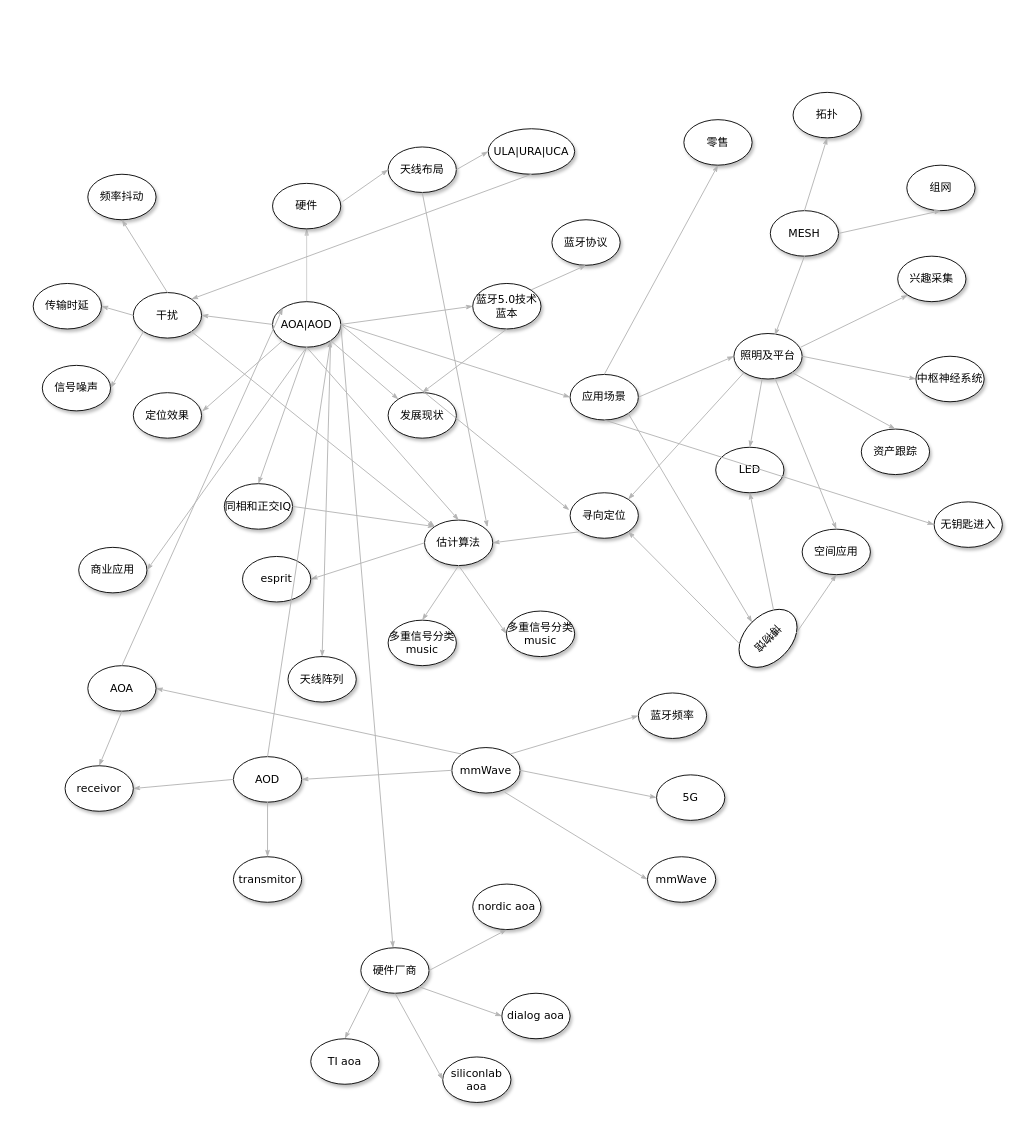
Before: AOA-AOD.drawio in Joiner12/Notes, a draw.io diagram. Source tidied: cells renumbered, new cells numbered last; positions are measured from the earlier drawing's top-left corner, leaving out a move shared by most shapes. Both pictures are drawn from the tidied source at 91%, with x=0, y=0 at pixel (33, 92).
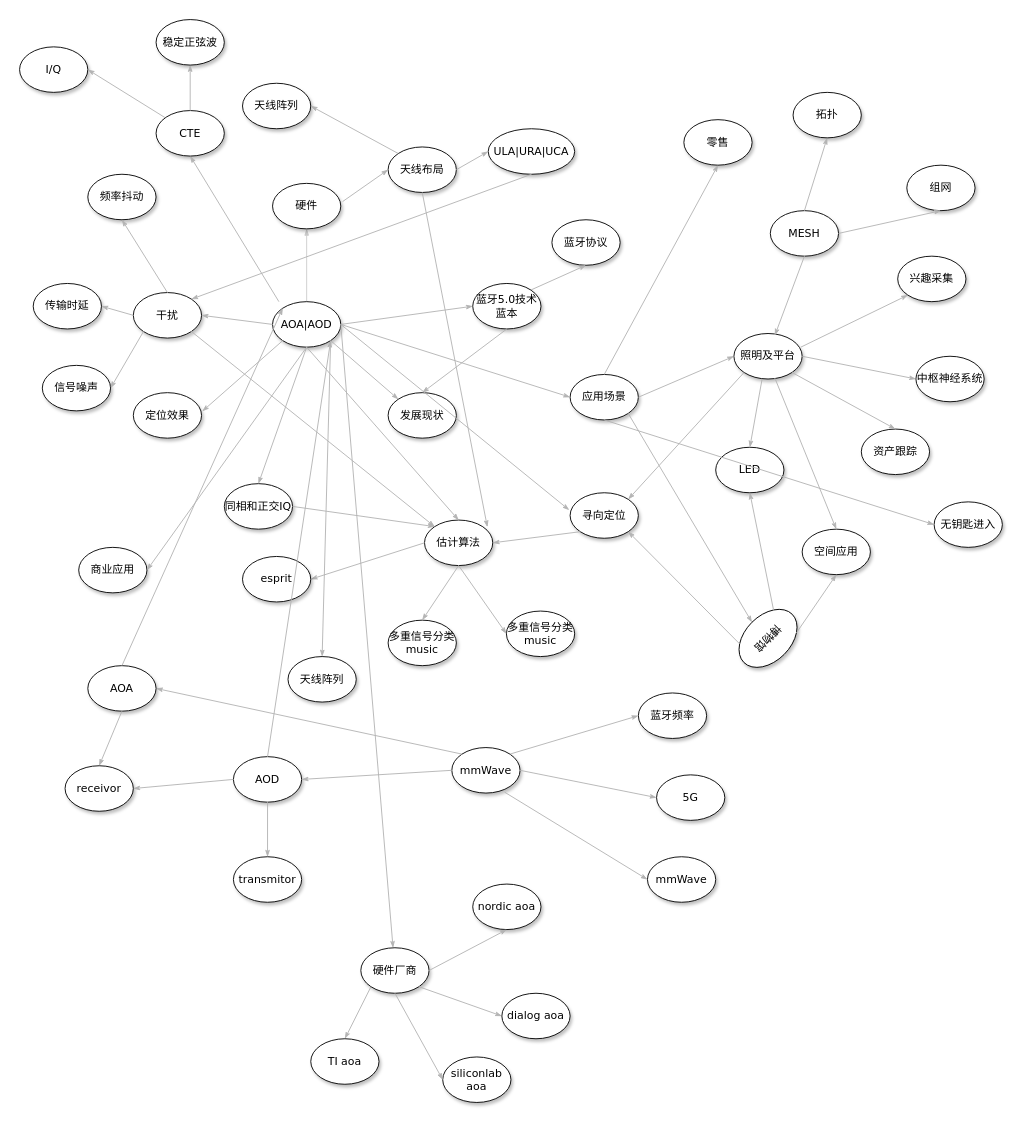
The same page after the edit.

Unchanged cells that the change refers to:
```xml
<mxCell id="3" value="AOA|AOD" style="ellipse;whiteSpace=wrap;html=1;rounded=0;shadow=1;comic=0;labelBackgroundColor=none;strokeWidth=1;fontFamily=Verdana;fontSize=12;align=center;" parent="1" vertex="1">
  <mxGeometry x="263" y="230" width="75" height="50" as="geometry" />
</mxCell>
<mxCell id="10" value="天线布局" style="ellipse;whiteSpace=wrap;html=1;rounded=0;shadow=1;comic=0;labelBackgroundColor=none;strokeWidth=1;fontFamily=Verdana;fontSize=12;align=center;" parent="1" vertex="1">
  <mxGeometry x="390" y="60" width="75" height="50" as="geometry" />
</mxCell>
```

Diff of the diagram source:
```diff
@@
+    <mxCell id="106" value="天线阵列" style="ellipse;whiteSpace=wrap;html=1;rounded=0;shadow=1;comic=0;labelBackgroundColor=none;strokeWidth=1;fontFamily=Verdana;fontSize=12;align=center;" parent="1" vertex="1">
+      <mxGeometry x="230" y="-10" width="75" height="50" as="geometry" />
+    </mxCell>
+    <mxCell id="107" style="edgeStyle=none;rounded=1;html=1;labelBackgroundColor=none;startArrow=none;startFill=0;startSize=5;endArrow=classicThin;endFill=1;endSize=5;jettySize=auto;strokeColor=#B3B3B3;strokeWidth=1;fontFamily=Verdana;fontSize=12;entryX=1;entryY=0.5;entryDx=0;entryDy=0;exitX=0;exitY=0;exitDx=0;exitDy=0;" parent="1" edge="1" source="10" target="106">
+      <mxGeometry relative="1" as="geometry" />
+    </mxCell>
+    <mxCell id="108" value="CTE" style="ellipse;whiteSpace=wrap;html=1;rounded=0;shadow=1;comic=0;labelBackgroundColor=none;strokeWidth=1;fontFamily=Verdana;fontSize=12;align=center;" parent="1" vertex="1">
+      <mxGeometry x="135" y="20" width="75" height="50" as="geometry" />
+    </mxCell>
+    <mxCell id="109" style="edgeStyle=none;rounded=1;html=1;labelBackgroundColor=none;startArrow=none;startFill=0;startSize=5;endArrow=classicThin;endFill=1;endSize=5;jettySize=auto;strokeColor=#B3B3B3;strokeWidth=1;fontFamily=Verdana;fontSize=12;exitX=0.093;exitY=0;exitDx=0;exitDy=0;exitPerimeter=0;entryX=0.5;entryY=1;entryDx=0;entryDy=0;" parent="1" edge="1" source="3" target="108">
+      <mxGeometry relative="1" as="geometry" />
+    </mxCell>
+    <mxCell id="110" value="稳定正弦波" style="ellipse;whiteSpace=wrap;html=1;rounded=0;shadow=1;comic=0;labelBackgroundColor=none;strokeWidth=1;fontFamily=Verdana;fontSize=12;align=center;" parent="1" vertex="1">
+      <mxGeometry x="135" y="-80" width="75" height="50" as="geometry" />
+    </mxCell>
+    <mxCell id="111" style="edgeStyle=none;rounded=1;html=1;labelBackgroundColor=none;startArrow=none;startFill=0;startSize=5;endArrow=classicThin;endFill=1;endSize=5;jettySize=auto;strokeColor=#B3B3B3;strokeWidth=1;fontFamily=Verdana;fontSize=12;exitX=0.5;exitY=0;exitDx=0;exitDy=0;entryX=0.5;entryY=1;entryDx=0;entryDy=0;" parent="1" edge="1" source="108" target="110">
+      <mxGeometry relative="1" as="geometry" />
+    </mxCell>
+    <mxCell id="112" value="I/Q" style="ellipse;whiteSpace=wrap;html=1;rounded=0;shadow=1;comic=0;labelBackgroundColor=none;strokeWidth=1;fontFamily=Verdana;fontSize=12;align=center;" parent="1" vertex="1">
+      <mxGeometry x="-15" y="-50" width="75" height="50" as="geometry" />
+    </mxCell>
+    <mxCell id="113" style="edgeStyle=none;rounded=1;html=1;labelBackgroundColor=none;startArrow=none;startFill=0;startSize=5;endArrow=classicThin;endFill=1;endSize=5;jettySize=auto;strokeColor=#B3B3B3;strokeWidth=1;fontFamily=Verdana;fontSize=12;entryX=1;entryY=0.5;entryDx=0;entryDy=0;" parent="1" edge="1" source="108" target="112">
+      <mxGeometry relative="1" as="geometry" />
+    </mxCell>
```
